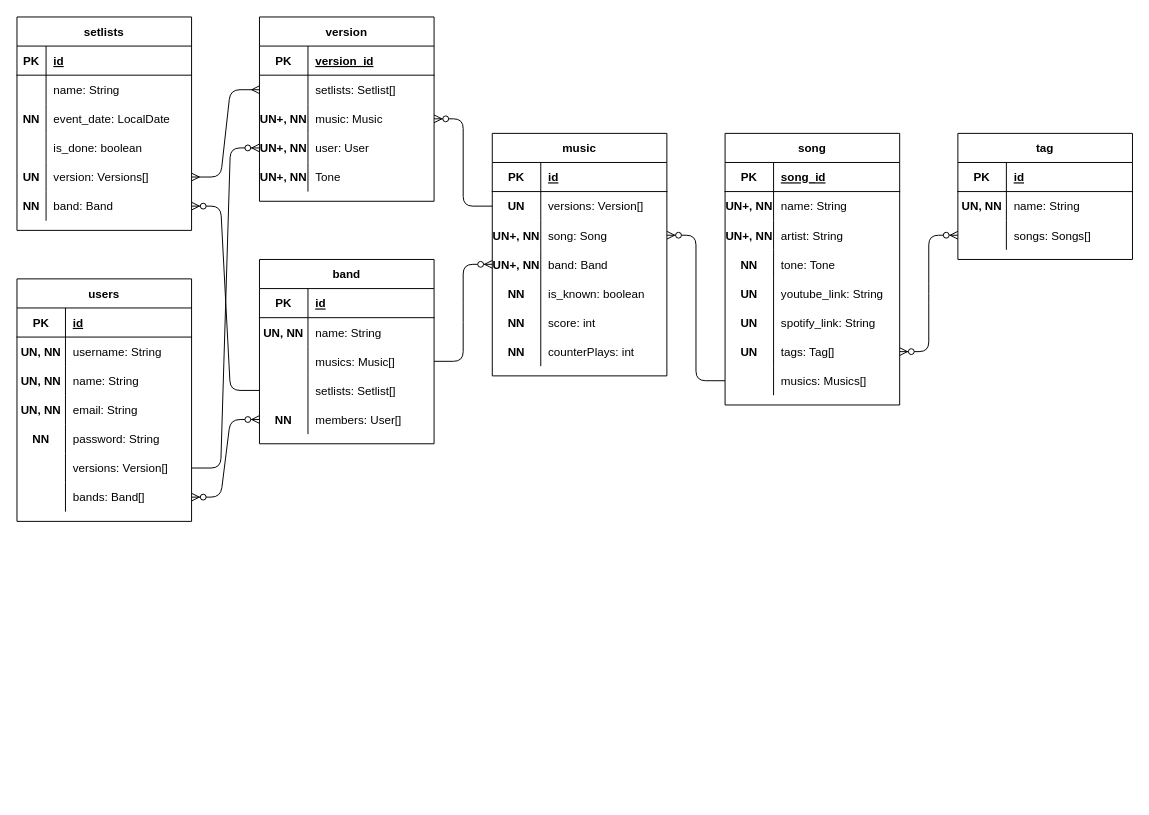
Before: design/diagram.drawio in igormateus/repertapp-api, a draw.io diagram. Source tidied: cells renumbered, new cells numbered last; positions are measured from the earlier drawing's top-left corner, leaving out a move shared by most shapes. Both pictures are drawn from the tidied source at 97%, with x=0, y=0 at pixel (16, 16).
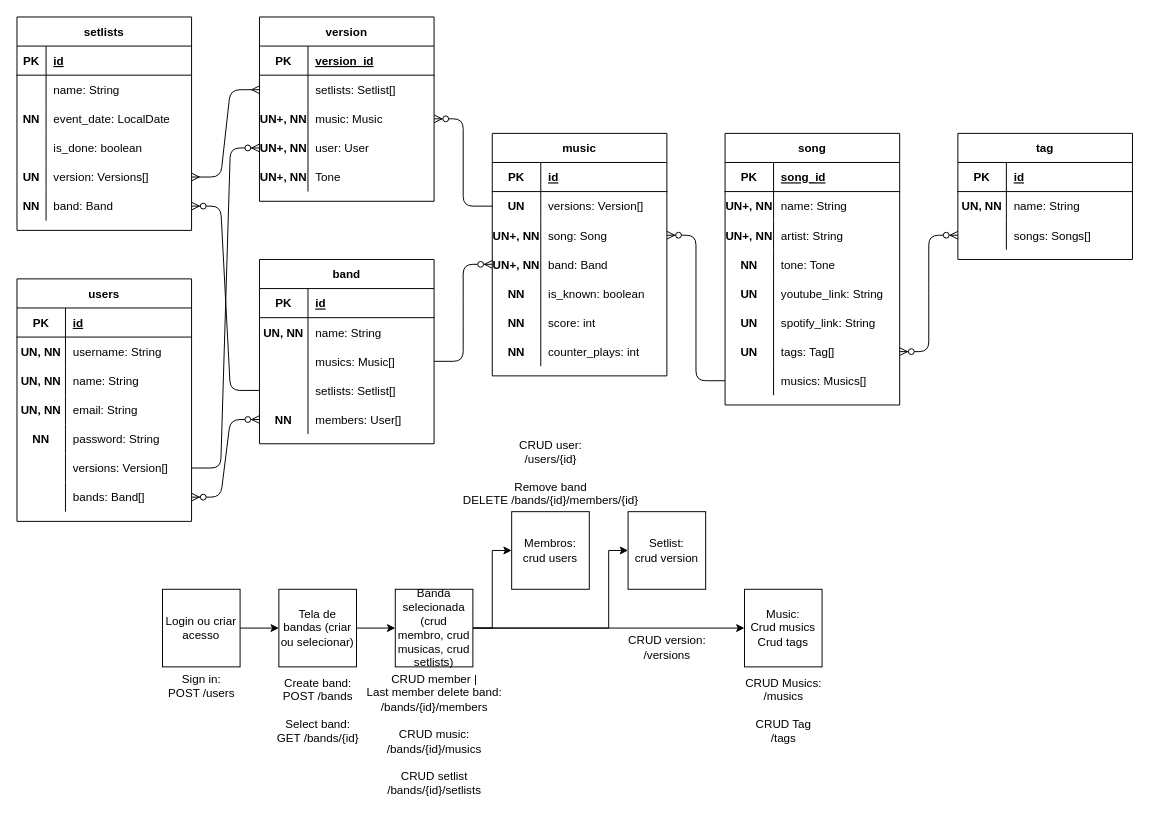
The same diagram, later.

The change refers to these unchanged cells:
```xml
<mxCell id="133" style="shape=partialRectangle;fillColor=none;top=0;left=0;bottom=0;right=0;" parent="114" vertex="1">
  <mxGeometry y="210" width="180" height="30" as="geometry" />
</mxCell>
```

What changed in the source:
```diff
@@
-    <mxCell id="135" value="counterPlays: int" style="shape=partialRectangle;fillColor=none;top=0;left=0;bottom=0;right=0;align=left;spacingLeft=6;overflow=hidden;" parent="133" vertex="1">
+    <mxCell id="135" value="counter_plays: int" style="shape=partialRectangle;fillColor=none;top=0;left=0;bottom=0;right=0;align=left;spacingLeft=6;overflow=hidden;" parent="133" vertex="1">
       <mxGeometry x="50" width="130" height="30" as="geometry" />
     </mxCell>
@@
+    <mxCell id="140" style="edgeStyle=orthogonalEdgeStyle;rounded=0;jettySize=auto;html=1;" parent="1" edge="1" source="141" target="145">
+      <mxGeometry relative="1" as="geometry" />
+    </mxCell>
+    <mxCell id="141" value="Tela de bandas (criar ou selecionar)" style="whiteSpace=wrap;html=1;" parent="1" vertex="1">
+      <mxGeometry x="270" y="590" width="80" height="80" as="geometry" />
+    </mxCell>
+    <mxCell id="142" style="edgeStyle=orthogonalEdgeStyle;rounded=0;jettySize=auto;html=1;" parent="1" edge="1" source="145" target="146">
+      <mxGeometry relative="1" as="geometry">
+        <Array as="points">
+          <mxPoint x="610" y="630" />
+          <mxPoint x="610" y="550" />
+        </Array>
+      </mxGeometry>
+    </mxCell>
+    <mxCell id="143" style="edgeStyle=orthogonalEdgeStyle;rounded=0;jettySize=auto;html=1;" parent="1" edge="1" source="145" target="149">
+      <mxGeometry relative="1" as="geometry" />
+    </mxCell>
+    <mxCell id="144" style="edgeStyle=orthogonalEdgeStyle;rounded=0;jettySize=auto;html=1;" parent="1" edge="1" source="145" target="150">
+      <mxGeometry relative="1" as="geometry" />
+    </mxCell>
+    <mxCell id="145" value="Banda selecionada&lt;br&gt;(crud membro, crud musicas, crud setlists)" style="whiteSpace=wrap;html=1;" parent="1" vertex="1">
+      <mxGeometry x="390" y="590" width="80" height="80" as="geometry" />
+    </mxCell>
+    <mxCell id="146" value="Setlist:&lt;br&gt;crud version" style="whiteSpace=wrap;html=1;" parent="1" vertex="1">
+      <mxGeometry x="630" y="510" width="80" height="80" as="geometry" />
+    </mxCell>
+    <mxCell id="147" style="edgeStyle=orthogonalEdgeStyle;rounded=0;jettySize=auto;html=1;" parent="1" edge="1" source="148" target="141">
+      <mxGeometry relative="1" as="geometry" />
+    </mxCell>
+    <mxCell id="148" value="Login ou criar acesso" style="whiteSpace=wrap;html=1;" parent="1" vertex="1">
+      <mxGeometry x="150" y="590" width="80" height="80" as="geometry" />
+    </mxCell>
+    <mxCell id="149" value="Music:&lt;br&gt;Crud musics&lt;br&gt;Crud tags" style="whiteSpace=wrap;html=1;" parent="1" vertex="1">
+      <mxGeometry x="750" y="590" width="80" height="80" as="geometry" />
+    </mxCell>
+    <mxCell id="150" value="Membros:&lt;br&gt;crud users" style="whiteSpace=wrap;html=1;" parent="1" vertex="1">
+      <mxGeometry x="510" y="510" width="80" height="80" as="geometry" />
+    </mxCell>
+    <mxCell id="151" value="Sign in: &lt;br&gt;POST /users" style="text;html=1;align=center;verticalAlign=middle;strokeColor=none;fillColor=none;" parent="1" vertex="1">
+      <mxGeometry x="150" y="675" width="80" height="30" as="geometry" />
+    </mxCell>
+    <mxCell id="152" value="Create band: &lt;br&gt;POST /bands&lt;br&gt;&lt;br&gt;Select band:&lt;br&gt;GET /bands/{id}" style="text;html=1;align=center;verticalAlign=middle;strokeColor=none;fillColor=none;" parent="1" vertex="1">
+      <mxGeometry x="260" y="675" width="100" height="80" as="geometry" />
+    </mxCell>
+    <mxCell id="153" value="CRUD member |&lt;br&gt;Last member delete band:&lt;br&gt;/bands/{id}/members&lt;br&gt;&lt;br&gt;CRUD music:&lt;br&gt;/bands/{id}/musics&lt;br&gt;&lt;br&gt;CRUD setlist&lt;br&gt;/bands/{id}/setlists" style="text;html=1;align=center;verticalAlign=middle;strokeColor=none;fillColor=none;" parent="1" vertex="1">
+      <mxGeometry x="355" y="675" width="150" height="130" as="geometry" />
+    </mxCell>
+    <mxCell id="154" value="CRUD user:&lt;br&gt;/users/{id}&lt;br&gt;&lt;br&gt;Remove band&lt;br&gt;DELETE /bands/{id}/members/{id}" style="text;html=1;align=center;verticalAlign=middle;strokeColor=none;fillColor=none;" parent="1" vertex="1">
+      <mxGeometry x="450" y="430" width="200" height="80" as="geometry" />
+    </mxCell>
+    <mxCell id="155" value="CRUD version:&lt;br&gt;/versions" style="text;html=1;align=center;verticalAlign=middle;strokeColor=none;fillColor=none;" parent="1" vertex="1">
+      <mxGeometry x="620" y="635" width="100" height="30" as="geometry" />
+    </mxCell>
+    <mxCell id="156" value="CRUD Musics:&lt;br&gt;/musics&lt;br&gt;&lt;br&gt;CRUD Tag&lt;br&gt;/tags" style="text;html=1;align=center;verticalAlign=middle;strokeColor=none;fillColor=none;" parent="1" vertex="1">
+      <mxGeometry x="745" y="675" width="90" height="80" as="geometry" />
+    </mxCell>
```
